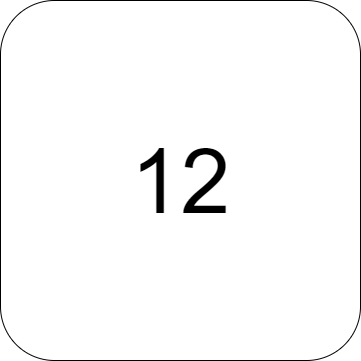
Above: Rush Hour Main/assets/MapButtons/12(A).png in zintom69/Game-Rush-Hour (draw.io), before the change. Source tidied: cells renumbered, new cells last; positions are measured from the earlier drawing's top-left corner, leaving out a move shared by most shapes.
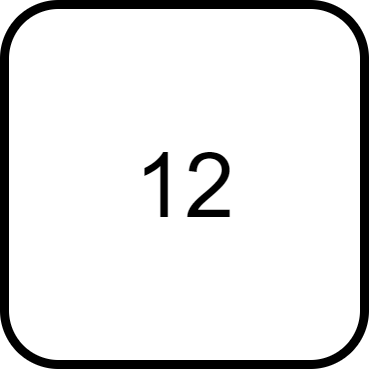
Later version of the same file.

The edit, as a diff of the source:
```diff
@@ -2,7 +2,7 @@
   <root>
     <mxCell id="0" />
     <mxCell id="1" parent="0" />
-    <mxCell id="2" value="&lt;span style=&quot;font-size: 90px;&quot;&gt;12&lt;/span&gt;" style="rounded=1;whiteSpace=wrap;html=1;" parent="1" vertex="1">
+    <mxCell id="2" value="&lt;span style=&quot;font-size: 90px;&quot;&gt;12&lt;/span&gt;" style="rounded=1;whiteSpace=wrap;html=1;strokeWidth=9;" parent="1" vertex="1">
       <mxGeometry width="360" height="360" as="geometry" />
     </mxCell>
   </root>
```
